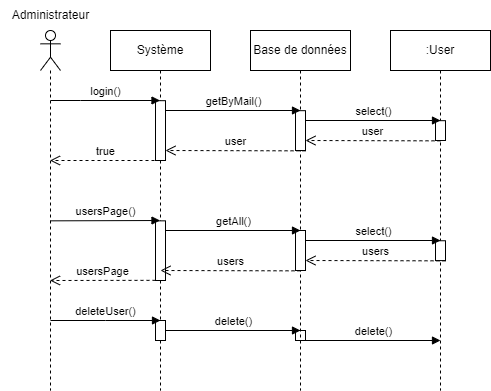
Before: diagrammes/séquences/3-Suppression d'un utilisateur.png, a diagram exported from draw.io (Simoncharbonnier/OCP5). Source tidied: cells renumbered, new cells last; positions are measured from the earlier drawing's top-left corner, leaving out a move shared by most shapes.
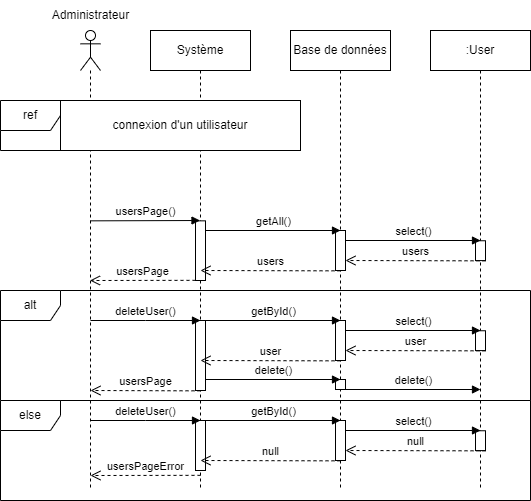
The same file after the commit.

Diff of the diagram source:
```diff
@@ -2,59 +2,36 @@
   <root>
     <mxCell id="0" />
     <mxCell id="1" parent="0" />
-    <mxCell id="2" style="shape=umlLifeline;perimeter=lifelinePerimeter;whiteSpace=wrap;html=1;outlineConnect=0;portConstraint=eastwest;newEdgeStyle={&quot;edgeStyle&quot;:&quot;elbowEdgeStyle&quot;,&quot;elbow&quot;:&quot;vertical&quot;,&quot;curved&quot;:0,&quot;rounded&quot;:0};participant=umlActor;" parent="1" vertex="1">
-      <mxGeometry x="40" y="30" width="20" height="360" as="geometry" />
-    </mxCell>
+    <mxCell id="30" style="shape=umlLifeline;perimeter=lifelinePerimeter;whiteSpace=wrap;html=1;newEdgeStyle={&quot;edgeStyle&quot;:&quot;elbowEdgeStyle&quot;,&quot;elbow&quot;:&quot;vertical&quot;,&quot;curved&quot;:0,&quot;rounded&quot;:0};participant=umlActor;" parent="1" vertex="1">
+      <mxGeometry x="40" y="30" width="20" height="460" as="geometry" />
+    </mxCell>
     <mxCell id="3" value="Administrateur" style="text;html=1;align=center;verticalAlign=middle;strokeColor=none;fillColor=none;" parent="1" vertex="1">
       <mxGeometry width="100" height="30" as="geometry" />
     </mxCell>
     <mxCell id="4" value="Système" style="shape=umlLifeline;perimeter=lifelinePerimeter;whiteSpace=wrap;html=1;outlineConnect=0;portConstraint=eastwest;newEdgeStyle={&quot;edgeStyle&quot;:&quot;elbowEdgeStyle&quot;,&quot;elbow&quot;:&quot;vertical&quot;,&quot;curved&quot;:0,&quot;rounded&quot;:0};" parent="1" vertex="1">
-      <mxGeometry x="110" y="30" width="100" height="360" as="geometry" />
+      <mxGeometry x="110" y="30" width="100" height="460" as="geometry" />
     </mxCell>
     <mxCell id="5" style="html=1;points=[];perimeter=orthogonalPerimeter;outlineConnect=0;targetShapes=umlLifeline;portConstraint=eastwest;newEdgeStyle={&quot;edgeStyle&quot;:&quot;elbowEdgeStyle&quot;,&quot;elbow&quot;:&quot;vertical&quot;,&quot;curved&quot;:0,&quot;rounded&quot;:0};" parent="4" vertex="1">
       <mxGeometry x="45" y="190.3" width="10" height="59.7" as="geometry" />
     </mxCell>
-    <mxCell id="6" style="html=1;points=[];perimeter=orthogonalPerimeter;outlineConnect=0;targetShapes=umlLifeline;portConstraint=eastwest;newEdgeStyle={&quot;edgeStyle&quot;:&quot;elbowEdgeStyle&quot;,&quot;elbow&quot;:&quot;vertical&quot;,&quot;curved&quot;:0,&quot;rounded&quot;:0};" parent="4" vertex="1">
-      <mxGeometry x="45" y="70.2" width="10" height="59.8" as="geometry" />
-    </mxCell>
-    <mxCell id="7" style="html=1;perimeter=orthogonalPerimeter;targetShapes=umlLifeline;newEdgeStyle={&quot;edgeStyle&quot;:&quot;elbowEdgeStyle&quot;,&quot;elbow&quot;:&quot;vertical&quot;,&quot;curved&quot;:0,&quot;rounded&quot;:0};" parent="4" vertex="1">
-      <mxGeometry x="45" y="290" width="10" height="20" as="geometry" />
-    </mxCell>
-    <mxCell id="8" style="html=1;points=[];perimeter=orthogonalPerimeter;outlineConnect=0;targetShapes=umlLifeline;portConstraint=eastwest;newEdgeStyle={&quot;edgeStyle&quot;:&quot;elbowEdgeStyle&quot;,&quot;elbow&quot;:&quot;vertical&quot;,&quot;curved&quot;:0,&quot;rounded&quot;:0};" parent="4" vertex="1">
-      <mxGeometry x="185" y="300" width="10" height="10" as="geometry" />
-    </mxCell>
-    <mxCell id="9" value="delete()" style="html=1;verticalAlign=bottom;endArrow=block;edgeStyle=elbowEdgeStyle;elbow=vertical;curved=0;rounded=0;" parent="4" edge="1">
-      <mxGeometry relative="1" as="geometry">
-        <mxPoint x="55" y="300" as="sourcePoint" />
-        <mxPoint x="190" y="300" as="targetPoint" />
-      </mxGeometry>
-    </mxCell>
-    <mxCell id="10" value="delete()" style="html=1;verticalAlign=bottom;endArrow=block;edgeStyle=elbowEdgeStyle;elbow=vertical;curved=0;rounded=0;" parent="4" edge="1" source="8">
-      <mxGeometry relative="1" as="geometry">
-        <mxPoint x="330" y="310" as="targetPoint" />
-      </mxGeometry>
-    </mxCell>
-    <mxCell id="11" value="deleteUser()" style="html=1;verticalAlign=bottom;endArrow=block;edgeStyle=elbowEdgeStyle;elbow=vertical;curved=0;rounded=0;" parent="4" edge="1">
-      <mxGeometry relative="1" as="geometry">
-        <mxPoint x="-60" y="290" as="sourcePoint" />
-        <mxPoint x="50" y="290" as="targetPoint" />
-      </mxGeometry>
-    </mxCell>
+    <mxCell id="31" style="html=1;perimeter=orthogonalPerimeter;targetShapes=umlLifeline;newEdgeStyle={&quot;edgeStyle&quot;:&quot;elbowEdgeStyle&quot;,&quot;elbow&quot;:&quot;vertical&quot;,&quot;curved&quot;:0,&quot;rounded&quot;:0};" parent="4" vertex="1">
+      <mxGeometry x="45" y="290" width="10" height="70" as="geometry" />
+    </mxCell>
+    <mxCell id="32" value="deleteUser()" style="html=1;verticalAlign=bottom;endArrow=block;edgeStyle=elbowEdgeStyle;elbow=vertical;curved=0;rounded=0;" parent="4" edge="1">
+      <mxGeometry relative="1" as="geometry">
+        <mxPoint x="-60" y="290" as="sourcePoint" />
+        <mxPoint x="50" y="290" as="targetPoint" />
+      </mxGeometry>
+    </mxCell>
     <mxCell id="12" value="Base de données" style="shape=umlLifeline;perimeter=lifelinePerimeter;whiteSpace=wrap;html=1;newEdgeStyle={&quot;edgeStyle&quot;:&quot;elbowEdgeStyle&quot;,&quot;elbow&quot;:&quot;vertical&quot;,&quot;curved&quot;:0,&quot;rounded&quot;:0};" parent="1" vertex="1">
-      <mxGeometry x="250" y="30" width="100" height="360" as="geometry" />
+      <mxGeometry x="250" y="30" width="100" height="460" as="geometry" />
     </mxCell>
-    <mxCell id="13" style="html=1;points=[];perimeter=orthogonalPerimeter;outlineConnect=0;targetShapes=umlLifeline;portConstraint=eastwest;newEdgeStyle={&quot;edgeStyle&quot;:&quot;elbowEdgeStyle&quot;,&quot;elbow&quot;:&quot;vertical&quot;,&quot;curved&quot;:0,&quot;rounded&quot;:0};" parent="12" vertex="1">
-      <mxGeometry x="45" y="80.2" width="10" height="39.8" as="geometry" />
-    </mxCell>
     <mxCell id="14" style="html=1;points=[];perimeter=orthogonalPerimeter;outlineConnect=0;targetShapes=umlLifeline;portConstraint=eastwest;newEdgeStyle={&quot;edgeStyle&quot;:&quot;elbowEdgeStyle&quot;,&quot;elbow&quot;:&quot;vertical&quot;,&quot;curved&quot;:0,&quot;rounded&quot;:0};" parent="12" vertex="1">
       <mxGeometry x="45" y="200" width="10" height="40" as="geometry" />
     </mxCell>
     <mxCell id="15" value=":User" style="shape=umlLifeline;perimeter=lifelinePerimeter;whiteSpace=wrap;html=1;newEdgeStyle={&quot;edgeStyle&quot;:&quot;elbowEdgeStyle&quot;,&quot;elbow&quot;:&quot;vertical&quot;,&quot;curved&quot;:0,&quot;rounded&quot;:0};" parent="1" vertex="1">
-      <mxGeometry x="390" y="30" width="100" height="360" as="geometry" />
+      <mxGeometry x="390" y="30" width="100" height="460" as="geometry" />
     </mxCell>
-    <mxCell id="16" style="html=1;perimeter=orthogonalPerimeter;targetShapes=umlLifeline;newEdgeStyle={&quot;edgeStyle&quot;:&quot;elbowEdgeStyle&quot;,&quot;elbow&quot;:&quot;vertical&quot;,&quot;curved&quot;:0,&quot;rounded&quot;:0};" parent="15" vertex="1">
-      <mxGeometry x="45" y="90.2" width="10" height="19.8" as="geometry" />
-    </mxCell>
     <mxCell id="17" style="html=1;perimeter=orthogonalPerimeter;targetShapes=umlLifeline;newEdgeStyle={&quot;edgeStyle&quot;:&quot;elbowEdgeStyle&quot;,&quot;elbow&quot;:&quot;vertical&quot;,&quot;curved&quot;:0,&quot;rounded&quot;:0};" parent="15" vertex="1">
       <mxGeometry x="45" y="210.2" width="10" height="19.8" as="geometry" />
     </mxCell>
@@ -64,45 +41,12 @@
         <mxPoint x="159.5" y="220.2" as="targetPoint" />
       </mxGeometry>
     </mxCell>
-    <mxCell id="19" value="login()" style="html=1;verticalAlign=bottom;endArrow=block;edgeStyle=elbowEdgeStyle;elbow=vertical;curved=0;rounded=0;" parent="1" edge="1" target="4">
-      <mxGeometry relative="1" as="geometry">
-        <mxPoint x="50" y="100" as="sourcePoint" />
-      </mxGeometry>
-    </mxCell>
-    <mxCell id="20" value="true" style="html=1;verticalAlign=bottom;endArrow=open;dashed=1;endSize=8;edgeStyle=elbowEdgeStyle;elbow=vertical;curved=0;rounded=0;" parent="1" edge="1" target="2">
-      <mxGeometry relative="1" as="geometry">
-        <mxPoint x="160" y="160" as="sourcePoint" />
-        <Array as="points">
-          <mxPoint x="130" y="160" />
-        </Array>
-      </mxGeometry>
-    </mxCell>
-    <mxCell id="21" value="getByMail()" style="html=1;verticalAlign=bottom;endArrow=block;edgeStyle=elbowEdgeStyle;elbow=vertical;curved=0;rounded=0;" parent="1" edge="1" source="6">
-      <mxGeometry relative="1" as="geometry">
-        <mxPoint x="300" y="110" as="targetPoint" />
-      </mxGeometry>
-    </mxCell>
-    <mxCell id="22" value="select()" style="html=1;verticalAlign=bottom;endArrow=block;edgeStyle=elbowEdgeStyle;elbow=vertical;curved=0;rounded=0;" parent="1" edge="1" source="13">
-      <mxGeometry relative="1" as="geometry">
-        <mxPoint x="440" y="120" as="targetPoint" />
-      </mxGeometry>
-    </mxCell>
-    <mxCell id="23" value="user" style="html=1;verticalAlign=bottom;endArrow=open;dashed=1;endSize=8;edgeStyle=elbowEdgeStyle;elbow=vertical;curved=0;rounded=0;" parent="1" edge="1" target="13">
-      <mxGeometry relative="1" as="geometry">
-        <mxPoint x="440" y="140.3" as="sourcePoint" />
-      </mxGeometry>
-    </mxCell>
-    <mxCell id="24" value="user" style="html=1;verticalAlign=bottom;endArrow=open;dashed=1;endSize=8;edgeStyle=elbowEdgeStyle;elbow=vertical;curved=0;rounded=0;" parent="1" edge="1" target="6">
-      <mxGeometry relative="1" as="geometry">
-        <mxPoint x="305" y="150.3" as="sourcePoint" />
-      </mxGeometry>
-    </mxCell>
-    <mxCell id="25" value="usersPage" style="html=1;verticalAlign=bottom;endArrow=open;dashed=1;endSize=8;edgeStyle=elbowEdgeStyle;elbow=vertical;curved=0;rounded=0;" parent="1" edge="1">
-      <mxGeometry x="0.01" relative="1" as="geometry">
-        <mxPoint x="155" y="279.8" as="sourcePoint" />
-        <mxPoint x="49.5" y="279.5" as="targetPoint" />
-      </mxGeometry>
-    </mxCell>
+    <mxCell id="33" value="usersPage" style="html=1;verticalAlign=bottom;endArrow=open;dashed=1;endSize=8;edgeStyle=elbowEdgeStyle;elbow=vertical;curved=0;rounded=0;" parent="1" edge="1">
+      <mxGeometry x="0.01" relative="1" as="geometry">
+        <mxPoint x="155" y="279.8" as="sourcePoint" />
+        <mxPoint x="49.5" y="279.5" as="targetPoint" />
+      </mxGeometry>
+    </mxCell>
     <mxCell id="26" value="getAll()" style="html=1;verticalAlign=bottom;endArrow=block;edgeStyle=elbowEdgeStyle;elbow=vertical;curved=0;rounded=0;" parent="1" edge="1" source="5">
       <mxGeometry relative="1" as="geometry">
         <mxPoint x="300" y="230" as="targetPoint" />
@@ -111,21 +55,130 @@
         </Array>
       </mxGeometry>
     </mxCell>
-    <mxCell id="27" value="users" style="html=1;verticalAlign=bottom;endArrow=open;dashed=1;endSize=8;edgeStyle=elbowEdgeStyle;elbow=vertical;curved=0;rounded=0;" parent="1" edge="1">
-      <mxGeometry relative="1" as="geometry">
-        <mxPoint x="300" y="270.3" as="sourcePoint" />
-        <mxPoint x="160" y="270" as="targetPoint" />
-      </mxGeometry>
-    </mxCell>
-    <mxCell id="28" value="select()" style="html=1;verticalAlign=bottom;endArrow=block;edgeStyle=elbowEdgeStyle;elbow=vertical;curved=0;rounded=0;" parent="1" edge="1" source="14">
-      <mxGeometry relative="1" as="geometry">
-        <mxPoint x="440" y="240" as="targetPoint" />
-      </mxGeometry>
-    </mxCell>
-    <mxCell id="29" value="users" style="html=1;verticalAlign=bottom;endArrow=open;dashed=1;endSize=8;edgeStyle=elbowEdgeStyle;elbow=vertical;curved=0;rounded=0;" parent="1" edge="1" target="14">
-      <mxGeometry relative="1" as="geometry">
-        <mxPoint x="445" y="260.3" as="sourcePoint" />
-      </mxGeometry>
-    </mxCell>
+    <mxCell id="34" value="users" style="html=1;verticalAlign=bottom;endArrow=open;dashed=1;endSize=8;edgeStyle=elbowEdgeStyle;elbow=vertical;curved=0;rounded=0;" parent="1" edge="1">
+      <mxGeometry relative="1" as="geometry">
+        <mxPoint x="300" y="270.3" as="sourcePoint" />
+        <mxPoint x="160" y="270" as="targetPoint" />
+      </mxGeometry>
+    </mxCell>
+    <mxCell id="35" value="select()" style="html=1;verticalAlign=bottom;endArrow=block;edgeStyle=elbowEdgeStyle;elbow=vertical;curved=0;rounded=0;" parent="1" edge="1" source="14">
+      <mxGeometry relative="1" as="geometry">
+        <mxPoint x="440" y="240" as="targetPoint" />
+      </mxGeometry>
+    </mxCell>
+    <mxCell id="36" value="users" style="html=1;verticalAlign=bottom;endArrow=open;dashed=1;endSize=8;edgeStyle=elbowEdgeStyle;elbow=vertical;curved=0;rounded=0;" parent="1" edge="1" target="14">
+      <mxGeometry relative="1" as="geometry">
+        <mxPoint x="445" y="260.3" as="sourcePoint" />
+      </mxGeometry>
+    </mxCell>
+    <mxCell id="37" value="ref" style="shape=umlFrame;whiteSpace=wrap;html=1;labelBackgroundColor=default;fontStyle=0;shadow=0;perimeterSpacing=0;" parent="1" vertex="1">
+      <mxGeometry x="-40" y="100" width="300" height="50" as="geometry" />
+    </mxCell>
+    <mxCell id="38" value="connexion d'un utilisateur" style="text;html=1;strokeColor=default;fillColor=default;align=center;verticalAlign=middle;whiteSpace=wrap;rounded=0;" parent="1" vertex="1">
+      <mxGeometry x="20" y="100" width="240" height="50" as="geometry" />
+    </mxCell>
+    <mxCell id="39" value="alt" style="shape=umlFrame;whiteSpace=wrap;html=1;" parent="1" vertex="1">
+      <mxGeometry x="-40" y="290" width="530" height="110" as="geometry" />
+    </mxCell>
+    <mxCell id="40" value="else" style="shape=umlFrame;whiteSpace=wrap;html=1;" parent="1" vertex="1">
+      <mxGeometry x="-40" y="400" width="530" height="100" as="geometry" />
+    </mxCell>
+    <mxCell id="41" style="html=1;points=[];perimeter=orthogonalPerimeter;outlineConnect=0;targetShapes=umlLifeline;portConstraint=eastwest;newEdgeStyle={&quot;edgeStyle&quot;:&quot;elbowEdgeStyle&quot;,&quot;elbow&quot;:&quot;vertical&quot;,&quot;curved&quot;:0,&quot;rounded&quot;:0};" parent="1" vertex="1">
+      <mxGeometry x="295" y="320" width="10" height="40" as="geometry" />
+    </mxCell>
+    <mxCell id="42" style="html=1;perimeter=orthogonalPerimeter;targetShapes=umlLifeline;newEdgeStyle={&quot;edgeStyle&quot;:&quot;elbowEdgeStyle&quot;,&quot;elbow&quot;:&quot;vertical&quot;,&quot;curved&quot;:0,&quot;rounded&quot;:0};" parent="1" vertex="1">
+      <mxGeometry x="435" y="330.2" width="10" height="19.8" as="geometry" />
+    </mxCell>
+    <mxCell id="43" value="getById()" style="html=1;verticalAlign=bottom;endArrow=block;edgeStyle=elbowEdgeStyle;elbow=vertical;curved=0;rounded=0;" parent="1" edge="1">
+      <mxGeometry relative="1" as="geometry">
+        <mxPoint x="165" y="320" as="sourcePoint" />
+        <mxPoint x="300" y="320" as="targetPoint" />
+        <Array as="points">
+          <mxPoint x="300" y="320" />
+        </Array>
+      </mxGeometry>
+    </mxCell>
+    <mxCell id="44" value="user" style="html=1;verticalAlign=bottom;endArrow=open;dashed=1;endSize=8;edgeStyle=elbowEdgeStyle;elbow=vertical;curved=0;rounded=0;" parent="1" edge="1">
+      <mxGeometry relative="1" as="geometry">
+        <mxPoint x="300" y="360.3" as="sourcePoint" />
+        <mxPoint x="160" y="360" as="targetPoint" />
+      </mxGeometry>
+    </mxCell>
+    <mxCell id="45" value="select()" style="html=1;verticalAlign=bottom;endArrow=block;edgeStyle=elbowEdgeStyle;elbow=vertical;curved=0;rounded=0;" parent="1" edge="1" source="41">
+      <mxGeometry relative="1" as="geometry">
+        <mxPoint x="440" y="330" as="targetPoint" />
+      </mxGeometry>
+    </mxCell>
+    <mxCell id="46" value="user" style="html=1;verticalAlign=bottom;endArrow=open;dashed=1;endSize=8;edgeStyle=elbowEdgeStyle;elbow=vertical;curved=0;rounded=0;" parent="1" edge="1" target="41">
+      <mxGeometry relative="1" as="geometry">
+        <mxPoint x="445" y="350.3" as="sourcePoint" />
+      </mxGeometry>
+    </mxCell>
+    <mxCell id="47" style="html=1;points=[];perimeter=orthogonalPerimeter;outlineConnect=0;targetShapes=umlLifeline;portConstraint=eastwest;newEdgeStyle={&quot;edgeStyle&quot;:&quot;elbowEdgeStyle&quot;,&quot;elbow&quot;:&quot;vertical&quot;,&quot;curved&quot;:0,&quot;rounded&quot;:0};" parent="1" vertex="1">
+      <mxGeometry x="295" y="379" width="10" height="10" as="geometry" />
+    </mxCell>
+    <mxCell id="48" value="delete()" style="html=1;verticalAlign=bottom;endArrow=block;edgeStyle=elbowEdgeStyle;elbow=vertical;curved=0;rounded=0;" parent="1" edge="1">
+      <mxGeometry relative="1" as="geometry">
+        <mxPoint x="165" y="379" as="sourcePoint" />
+        <mxPoint x="300" y="379" as="targetPoint" />
+      </mxGeometry>
+    </mxCell>
+    <mxCell id="49" value="delete()" style="html=1;verticalAlign=bottom;endArrow=block;edgeStyle=elbowEdgeStyle;elbow=vertical;curved=0;rounded=0;" parent="1" edge="1" source="47">
+      <mxGeometry relative="1" as="geometry">
+        <mxPoint x="440" y="389" as="targetPoint" />
+      </mxGeometry>
+    </mxCell>
+    <mxCell id="50" value="usersPage" style="html=1;verticalAlign=bottom;endArrow=open;dashed=1;endSize=8;edgeStyle=elbowEdgeStyle;elbow=vertical;curved=0;rounded=0;" parent="1" edge="1">
+      <mxGeometry relative="1" as="geometry">
+        <mxPoint x="160" y="390.3" as="sourcePoint" />
+        <mxPoint x="50" y="390" as="targetPoint" />
+      </mxGeometry>
+    </mxCell>
+    <mxCell id="51" style="html=1;perimeter=orthogonalPerimeter;targetShapes=umlLifeline;newEdgeStyle={&quot;edgeStyle&quot;:&quot;elbowEdgeStyle&quot;,&quot;elbow&quot;:&quot;vertical&quot;,&quot;curved&quot;:0,&quot;rounded&quot;:0};" parent="1" vertex="1">
+      <mxGeometry x="155" y="420" width="10" height="50" as="geometry" />
+    </mxCell>
+    <mxCell id="52" value="deleteUser()" style="html=1;verticalAlign=bottom;endArrow=block;edgeStyle=elbowEdgeStyle;elbow=vertical;curved=0;rounded=0;" parent="1" edge="1">
+      <mxGeometry relative="1" as="geometry">
+        <mxPoint x="50" y="420" as="sourcePoint" />
+        <mxPoint x="160" y="420" as="targetPoint" />
+      </mxGeometry>
+    </mxCell>
+    <mxCell id="53" style="html=1;points=[];perimeter=orthogonalPerimeter;outlineConnect=0;targetShapes=umlLifeline;portConstraint=eastwest;newEdgeStyle={&quot;edgeStyle&quot;:&quot;elbowEdgeStyle&quot;,&quot;elbow&quot;:&quot;vertical&quot;,&quot;curved&quot;:0,&quot;rounded&quot;:0};" parent="1" vertex="1">
+      <mxGeometry x="295" y="420" width="10" height="40" as="geometry" />
+    </mxCell>
+    <mxCell id="54" style="html=1;perimeter=orthogonalPerimeter;targetShapes=umlLifeline;newEdgeStyle={&quot;edgeStyle&quot;:&quot;elbowEdgeStyle&quot;,&quot;elbow&quot;:&quot;vertical&quot;,&quot;curved&quot;:0,&quot;rounded&quot;:0};" parent="1" vertex="1">
+      <mxGeometry x="435" y="430.2" width="10" height="19.8" as="geometry" />
+    </mxCell>
+    <mxCell id="55" value="getById()" style="html=1;verticalAlign=bottom;endArrow=block;edgeStyle=elbowEdgeStyle;elbow=vertical;curved=0;rounded=0;" parent="1" edge="1">
+      <mxGeometry relative="1" as="geometry">
+        <mxPoint x="165" y="420" as="sourcePoint" />
+        <mxPoint x="300" y="420" as="targetPoint" />
+        <Array as="points">
+          <mxPoint x="300" y="420" />
+        </Array>
+      </mxGeometry>
+    </mxCell>
+    <mxCell id="56" value="null" style="html=1;verticalAlign=bottom;endArrow=open;dashed=1;endSize=8;edgeStyle=elbowEdgeStyle;elbow=vertical;curved=0;rounded=0;" parent="1" edge="1">
+      <mxGeometry relative="1" as="geometry">
+        <mxPoint x="300" y="460.3" as="sourcePoint" />
+        <mxPoint x="160" y="460" as="targetPoint" />
+      </mxGeometry>
+    </mxCell>
+    <mxCell id="57" value="select()" style="html=1;verticalAlign=bottom;endArrow=block;edgeStyle=elbowEdgeStyle;elbow=vertical;curved=0;rounded=0;" parent="1" edge="1" source="53">
+      <mxGeometry relative="1" as="geometry">
+        <mxPoint x="440" y="430" as="targetPoint" />
+      </mxGeometry>
+    </mxCell>
+    <mxCell id="58" value="null" style="html=1;verticalAlign=bottom;endArrow=open;dashed=1;endSize=8;edgeStyle=elbowEdgeStyle;elbow=vertical;curved=0;rounded=0;" parent="1" edge="1" target="53">
+      <mxGeometry relative="1" as="geometry">
+        <mxPoint x="445" y="450.3" as="sourcePoint" />
+      </mxGeometry>
+    </mxCell>
+    <mxCell id="59" value="usersPageError" style="html=1;verticalAlign=bottom;endArrow=open;dashed=1;endSize=8;edgeStyle=elbowEdgeStyle;elbow=vertical;curved=0;rounded=0;" parent="1" edge="1">
+      <mxGeometry relative="1" as="geometry">
+        <mxPoint x="160" y="474.8" as="sourcePoint" />
+        <mxPoint x="50" y="474.5" as="targetPoint" />
+      </mxGeometry>
+    </mxCell>
   </root>
 </mxGraphModel>
```
